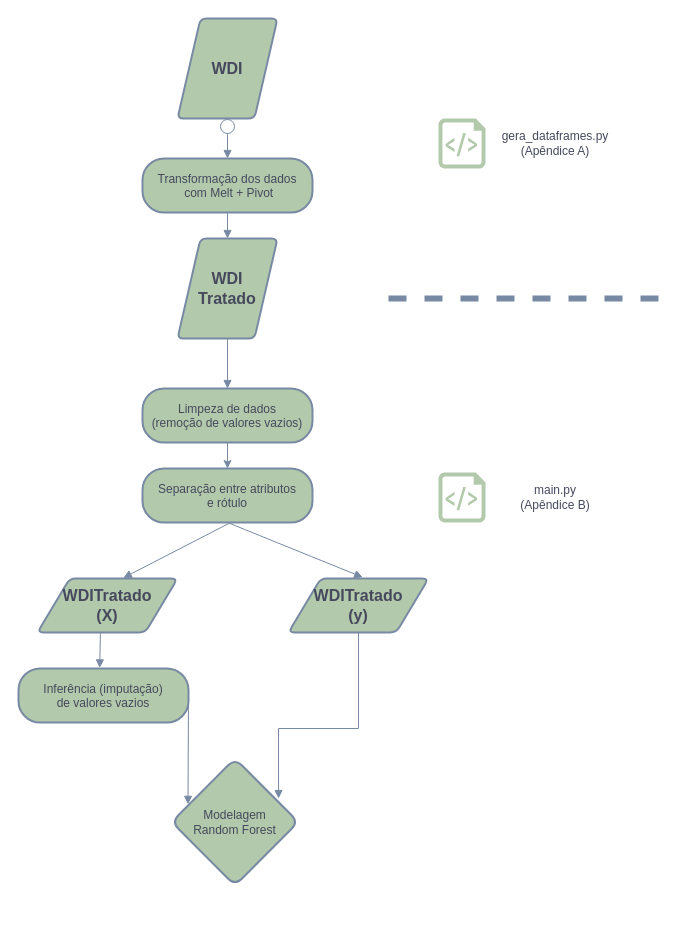
The draw.io diagram material_overleaf/fluxo_estudo.drawio in luthierycosta/tg2, before the edit. Source tidied: cells renumbered, new cells numbered last; positions are measured from the earlier drawing's top-left corner, leaving out a move shared by most shapes. Both pictures are drawn from the tidied source at 100%, with x=0, y=0 at pixel (18, 18).
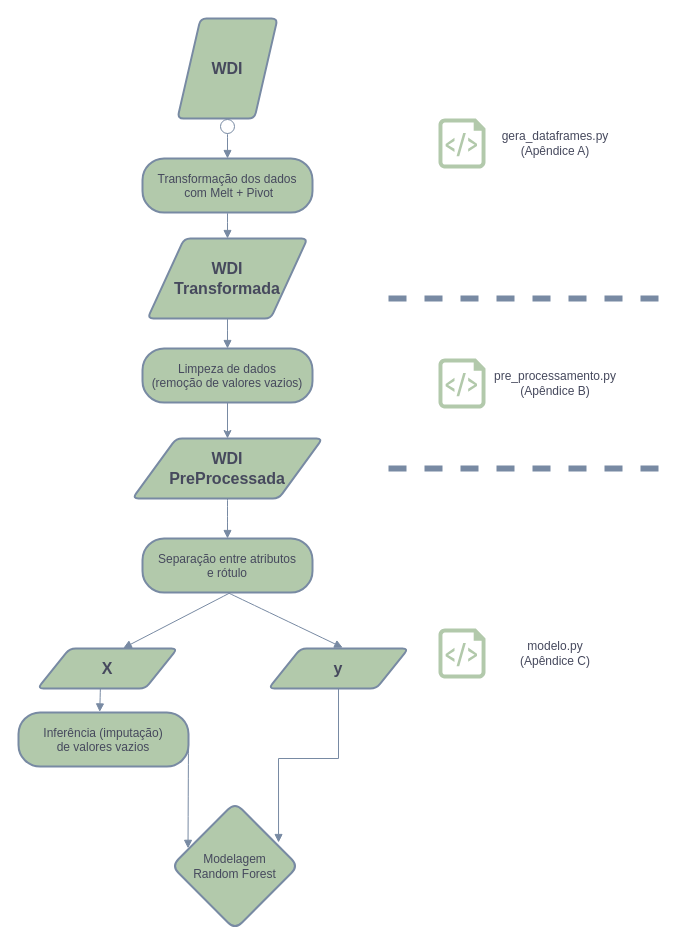
The same page after the edit.

Diff of the diagram source:
```diff
@@
-    <mxCell id="6" value="&lt;font style=&quot;font-size: 16px;&quot;&gt;&lt;b&gt;WDI&lt;/b&gt;&lt;/font&gt;&lt;div&gt;&lt;font style=&quot;font-size: 16px;&quot;&gt;&lt;b&gt;Tratado&lt;/b&gt;&lt;/font&gt;&lt;/div&gt;" style="shape=parallelogram;html=1;strokeWidth=2;perimeter=parallelogramPerimeter;whiteSpace=wrap;rounded=1;arcSize=12;size=0.23;labelBackgroundColor=none;fillColor=#B2C9AB;strokeColor=#788AA3;fontColor=#46495D;" parent="1" vertex="1">
-      <mxGeometry x="159" y="220" width="100" height="100" as="geometry" />
+    <mxCell id="6" value="&lt;font style=&quot;font-size: 16px;&quot;&gt;&lt;b&gt;WDI&lt;/b&gt;&lt;/font&gt;&lt;div&gt;&lt;font style=&quot;font-size: 16px;&quot;&gt;&lt;b&gt;Transformada&lt;/b&gt;&lt;/font&gt;&lt;/div&gt;" style="shape=parallelogram;html=1;strokeWidth=2;perimeter=parallelogramPerimeter;whiteSpace=wrap;rounded=1;arcSize=12;size=0.23;labelBackgroundColor=none;fillColor=#B2C9AB;strokeColor=#788AA3;fontColor=#46495D;" parent="1" vertex="1">
+      <mxGeometry x="129" y="220" width="160" height="80" as="geometry" />
     </mxCell>
     <mxCell id="7" value="Modelagem&#10;Random Forest" style="rhombus;strokeWidth=2;whiteSpace=wrap;rounded=1;labelBackgroundColor=none;fillColor=#B2C9AB;strokeColor=#788AA3;fontColor=#46495D;" parent="1" vertex="1">
-      <mxGeometry x="153" y="740" width="127" height="127" as="geometry" />
+      <mxGeometry x="153" y="784" width="127" height="127" as="geometry" />
     </mxCell>
@@
     <mxCell id="12" style="sketch=0;shadow=0;dashed=0;html=1;strokeColor=none;labelPosition=center;verticalLabelPosition=bottom;verticalAlign=top;align=center;fillColor=#B2C9AB;shape=mxgraph.azure.script_file;rounded=1;labelBackgroundColor=none;fontColor=#46495D;" parent="1" vertex="1">
-      <mxGeometry x="420" y="454" width="47" height="50" as="geometry" />
+      <mxGeometry x="420" y="340" width="47" height="50" as="geometry" />
     </mxCell>
-    <mxCell id="13" value="main.py (Apêndice B)" style="text;html=1;align=center;verticalAlign=middle;whiteSpace=wrap;rounded=1;labelBackgroundColor=none;fontColor=#46495D;" parent="1" vertex="1">
-      <mxGeometry x="487" y="464" width="100" height="30" as="geometry" />
+    <mxCell id="13" value="pre_processamento.py&lt;div&gt;&lt;span style=&quot;background-color: transparent; color: light-dark(rgb(70, 73, 93), rgb(170, 173, 190));&quot;&gt;(Apêndice B)&lt;/span&gt;&lt;/div&gt;" style="text;html=1;align=center;verticalAlign=middle;whiteSpace=wrap;rounded=1;labelBackgroundColor=none;fontColor=#46495D;" parent="1" vertex="1">
+      <mxGeometry x="487" y="350" width="100" height="30" as="geometry" />
     </mxCell>
     <mxCell id="14" value="Limpeza de dados&#10;(remoção de valores vazios)" style="rounded=1;arcSize=40;strokeWidth=2;labelBackgroundColor=none;fillColor=#B2C9AB;strokeColor=#788AA3;fontColor=#46495D;" parent="1" vertex="1">
-      <mxGeometry x="124" y="370" width="170" height="54" as="geometry" />
+      <mxGeometry x="124" y="330" width="170" height="54" as="geometry" />
     </mxCell>
-    <mxCell id="15" style="edgeStyle=orthogonalEdgeStyle;rounded=0;jettySize=auto;html=1;exitX=0.5;exitY=1;exitDx=0;exitDy=0;entryX=0.5;entryY=0;entryDx=0;entryDy=0;strokeColor=#788AA3;fontColor=#46495D;fillColor=#B2C9AB;" parent="1" edge="1" source="14" target="17">
+    <mxCell id="15" style="edgeStyle=orthogonalEdgeStyle;rounded=0;jettySize=auto;html=1;exitX=0.5;exitY=1;exitDx=0;exitDy=0;strokeColor=#788AA3;fontColor=#46495D;fillColor=#B2C9AB;" parent="1" edge="1" source="14" target="25">
       <mxGeometry relative="1" as="geometry" />
     </mxCell>
     <mxCell id="16" value="Inferência (imputação)&#10;de valores vazios" style="rounded=1;arcSize=40;strokeWidth=2;labelBackgroundColor=none;fillColor=#B2C9AB;strokeColor=#788AA3;fontColor=#46495D;" parent="1" vertex="1">
-      <mxGeometry y="650" width="170" height="54" as="geometry" />
+      <mxGeometry y="694" width="170" height="54" as="geometry" />
     </mxCell>
     <mxCell id="17" value="Separação entre atributos&#10;e rótulo" style="rounded=1;arcSize=40;strokeWidth=2;labelBackgroundColor=none;fillColor=#B2C9AB;strokeColor=#788AA3;fontColor=#46495D;" parent="1" vertex="1">
-      <mxGeometry x="124" y="450" width="170" height="54" as="geometry" />
+      <mxGeometry x="124" y="520" width="170" height="54" as="geometry" />
     </mxCell>
-    <mxCell id="18" value="&lt;span style=&quot;font-size: 16px;&quot;&gt;&lt;b&gt;WDITratado&lt;/b&gt;&lt;/span&gt;&lt;div&gt;&lt;span style=&quot;font-size: 16px;&quot;&gt;&lt;b&gt;(X)&lt;/b&gt;&lt;/span&gt;&lt;/div&gt;" style="shape=parallelogram;html=1;strokeWidth=2;perimeter=parallelogramPerimeter;whiteSpace=wrap;rounded=1;arcSize=12;size=0.23;labelBackgroundColor=none;fillColor=#B2C9AB;strokeColor=#788AA3;fontColor=#46495D;" parent="1" vertex="1">
-      <mxGeometry x="19" y="560" width="140" height="54" as="geometry" />
+    <mxCell id="18" value="&lt;span style=&quot;font-size: 16px;&quot;&gt;&lt;b&gt;X&lt;/b&gt;&lt;/span&gt;" style="shape=parallelogram;html=1;strokeWidth=2;perimeter=parallelogramPerimeter;whiteSpace=wrap;rounded=1;arcSize=12;size=0.23;labelBackgroundColor=none;fillColor=#B2C9AB;strokeColor=#788AA3;fontColor=#46495D;" parent="1" vertex="1">
+      <mxGeometry x="19" y="630" width="140" height="40" as="geometry" />
     </mxCell>
-    <mxCell id="19" value="&lt;span style=&quot;font-size: 16px;&quot;&gt;&lt;b&gt;WDITratado&lt;/b&gt;&lt;/span&gt;&lt;div&gt;&lt;span style=&quot;font-size: 16px;&quot;&gt;&lt;b&gt;(y&lt;/b&gt;&lt;/span&gt;&lt;b style=&quot;font-size: 16px; background-color: transparent; color: light-dark(rgb(70, 73, 93), rgb(170, 173, 190));&quot;&gt;)&lt;/b&gt;&lt;/div&gt;" style="shape=parallelogram;html=1;strokeWidth=2;perimeter=parallelogramPerimeter;whiteSpace=wrap;rounded=1;arcSize=12;size=0.23;labelBackgroundColor=none;fillColor=#B2C9AB;strokeColor=#788AA3;fontColor=#46495D;" parent="1" vertex="1">
-      <mxGeometry x="270" y="560" width="140" height="54" as="geometry" />
+    <mxCell id="19" value="&lt;span style=&quot;font-size: 16px;&quot;&gt;&lt;b&gt;y&lt;/b&gt;&lt;/span&gt;" style="shape=parallelogram;html=1;strokeWidth=2;perimeter=parallelogramPerimeter;whiteSpace=wrap;rounded=1;arcSize=12;size=0.23;labelBackgroundColor=none;fillColor=#B2C9AB;strokeColor=#788AA3;fontColor=#46495D;" parent="1" vertex="1">
+      <mxGeometry x="250" y="630" width="140" height="40" as="geometry" />
     </mxCell>
@@
     <mxCell id="24" style="curved=0;startArrow=none;endArrow=block;exitX=0.5;exitY=1;rounded=0;labelBackgroundColor=none;strokeColor=#788AA3;fontColor=default;exitDx=0;exitDy=0;entryX=0.843;entryY=0.315;entryDx=0;entryDy=0;entryPerimeter=0;" parent="1" edge="1" source="19" target="7">
       <mxGeometry relative="1" as="geometry">
         <Array as="points">
-          <mxPoint x="340" y="710" />
-          <mxPoint x="260" y="710" />
+          <mxPoint x="320" y="740" />
+          <mxPoint x="260" y="740" />
         </Array>
       </mxGeometry>
     </mxCell>
+    <mxCell id="25" value="&lt;font style=&quot;font-size: 16px;&quot;&gt;&lt;b&gt;WDI&lt;/b&gt;&lt;/font&gt;&lt;div&gt;&lt;span style=&quot;font-size: 16px;&quot;&gt;&lt;b&gt;PreProcessada&lt;/b&gt;&lt;/span&gt;&lt;/div&gt;" style="shape=parallelogram;html=1;strokeWidth=2;perimeter=parallelogramPerimeter;whiteSpace=wrap;rounded=1;arcSize=12;size=0.23;labelBackgroundColor=none;fillColor=#B2C9AB;strokeColor=#788AA3;fontColor=#46495D;" parent="1" vertex="1">
+      <mxGeometry x="114" y="420" width="190" height="60" as="geometry" />
+    </mxCell>
+    <mxCell id="26" style="curved=1;startArrow=none;endArrow=block;exitX=0.5;exitY=1;entryX=0.5;entryY=0;rounded=1;labelBackgroundColor=none;strokeColor=#788AA3;fontColor=default;entryDx=0;entryDy=0;exitDx=0;exitDy=0;" parent="1" edge="1" source="25" target="17">
+      <mxGeometry relative="1" as="geometry" />
+    </mxCell>
+    <mxCell id="27" style="endArrow=none;dashed=1;html=1;rounded=1;fillColor=#B2C9AB;strokeColor=#788AA3;labelBackgroundColor=none;fontColor=default;strokeWidth=6;" parent="1" edge="1">
+      <mxGeometry relative="1" as="geometry">
+        <mxPoint x="640" y="450" as="sourcePoint" />
+        <mxPoint x="370" y="450" as="targetPoint" />
+      </mxGeometry>
+    </mxCell>
+    <mxCell id="28" style="sketch=0;shadow=0;dashed=0;html=1;strokeColor=none;labelPosition=center;verticalLabelPosition=bottom;verticalAlign=top;align=center;fillColor=#B2C9AB;shape=mxgraph.azure.script_file;rounded=1;labelBackgroundColor=none;fontColor=#46495D;" parent="1" vertex="1">
+      <mxGeometry x="420" y="610" width="47" height="50" as="geometry" />
+    </mxCell>
+    <mxCell id="29" value="modelo&lt;span style=&quot;background-color: transparent; color: light-dark(rgb(70, 73, 93), rgb(170, 173, 190));&quot;&gt;.py&lt;/span&gt;&lt;div&gt;&lt;div&gt;&lt;span style=&quot;background-color: transparent; color: light-dark(rgb(70, 73, 93), rgb(170, 173, 190));&quot;&gt;(Apêndice C&lt;/span&gt;&lt;span style=&quot;background-color: transparent; color: light-dark(rgb(70, 73, 93), rgb(170, 173, 190));&quot;&gt;)&lt;/span&gt;&lt;/div&gt;&lt;/div&gt;" style="text;html=1;align=center;verticalAlign=middle;whiteSpace=wrap;rounded=1;labelBackgroundColor=none;fontColor=#46495D;" parent="1" vertex="1">
+      <mxGeometry x="487" y="620" width="100" height="30" as="geometry" />
+    </mxCell>
```
